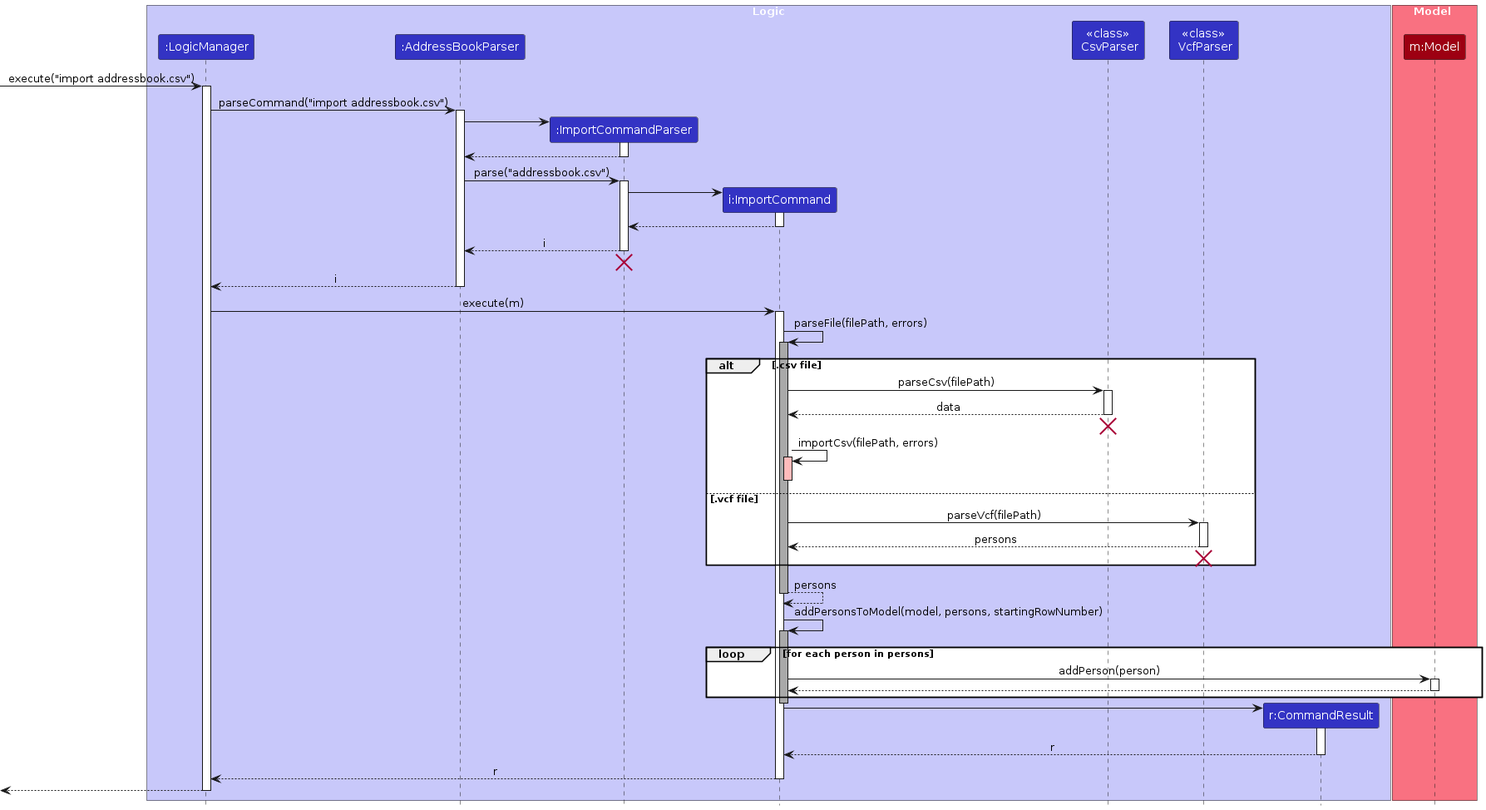
Before: diagrams/ImportSequenceDiagram.png, a diagram exported from PlantUML (AY2425S2-CS2103-F09-3/tp). Its source is kept beside it as diagrams/ImportSequenceDiagram.puml.
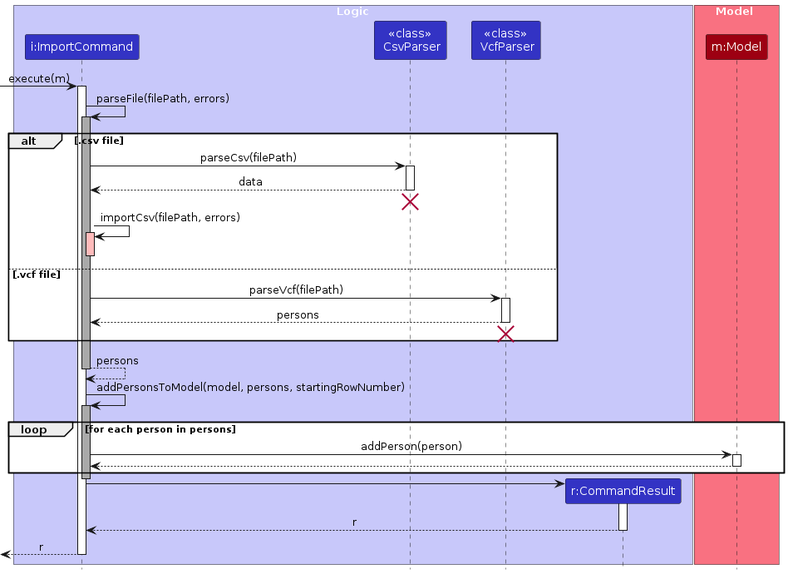
The same diagram one commit later.

Change to the diagram source:
```diff
@@ -3,9 +3,6 @@
 skinparam ArrowFontStyle plain
 
 box "Logic" LOGIC_COLOR_T1
-participant ":LogicManager" as LogicManager LOGIC_COLOR
-participant ":AddressBookParser" as AddressBookParser LOGIC_COLOR
-participant ":ImportCommandParser" as ImportCommandParser LOGIC_COLOR
 participant "i:ImportCommand" as ImportCommand LOGIC_COLOR
 participant "<<class>>\n CsvParser" as CsvParser LOGIC_COLOR
 participant "<<class>>\n VcfParser" as VcfParser LOGIC_COLOR
@@ -16,37 +13,10 @@
 participant "m:Model" as Model MODEL_COLOR
 end box
 
-[-> LogicManager : execute("import addressbook.csv")
-activate LogicManager
 
-LogicManager -> AddressBookParser : parseCommand("import addressbook.csv")
-activate AddressBookParser
 
-create ImportCommandParser
-AddressBookParser -> ImportCommandParser
-activate ImportCommandParser
 
-ImportCommandParser --> AddressBookParser
-deactivate ImportCommandParser
-
-AddressBookParser -> ImportCommandParser : parse("addressbook.csv")
-activate ImportCommandParser
-
-create ImportCommand
-ImportCommandParser -> ImportCommand
-activate ImportCommand
-
-ImportCommand --> ImportCommandParser
-deactivate ImportCommand
-ImportCommandParser --> AddressBookParser: i
-deactivate ImportCommandParser
-
-ImportCommandParser -[hidden]-> AddressBookParser
-destroy ImportCommandParser
-AddressBookParser --> LogicManager : i
-deactivate AddressBookParser
-
-LogicManager -> ImportCommand : execute(m)
+[-> ImportCommand : execute(m)
 activate ImportCommand
 
 ImportCommand -> ImportCommand : parseFile(filePath, errors)
@@ -95,9 +65,7 @@
 CommandResult --> ImportCommand : r
 deactivate CommandResult
 
-ImportCommand --> LogicManager : r
+[<--ImportCommand : r
 deactivate ImportCommand
 
-[<-- LogicManager
-deactivate LogicManager
 @enduml
```
